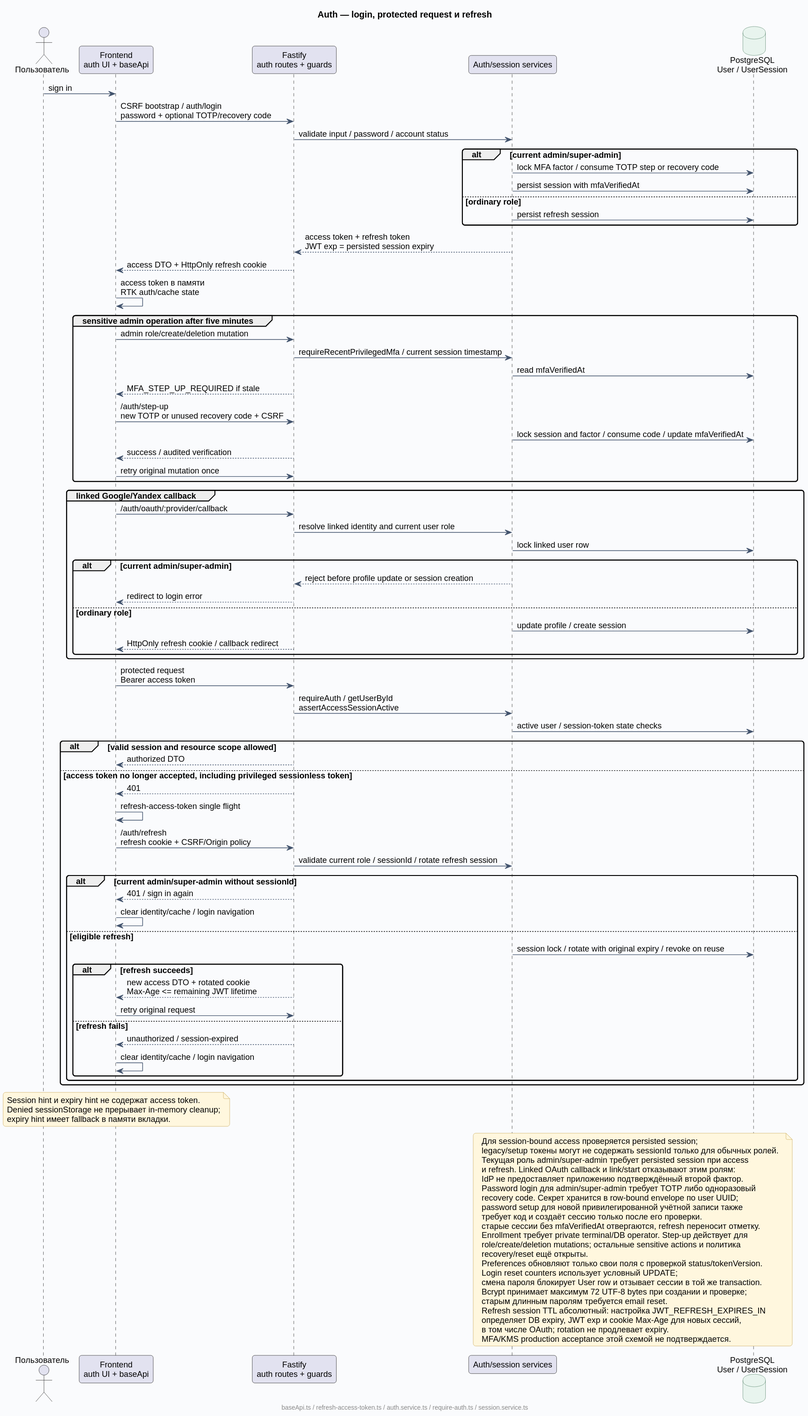
The PlantUML diagram docs/diagrams/rendered/07-auth-session.svg in Dima163163/auto-care-hub, before a commit.
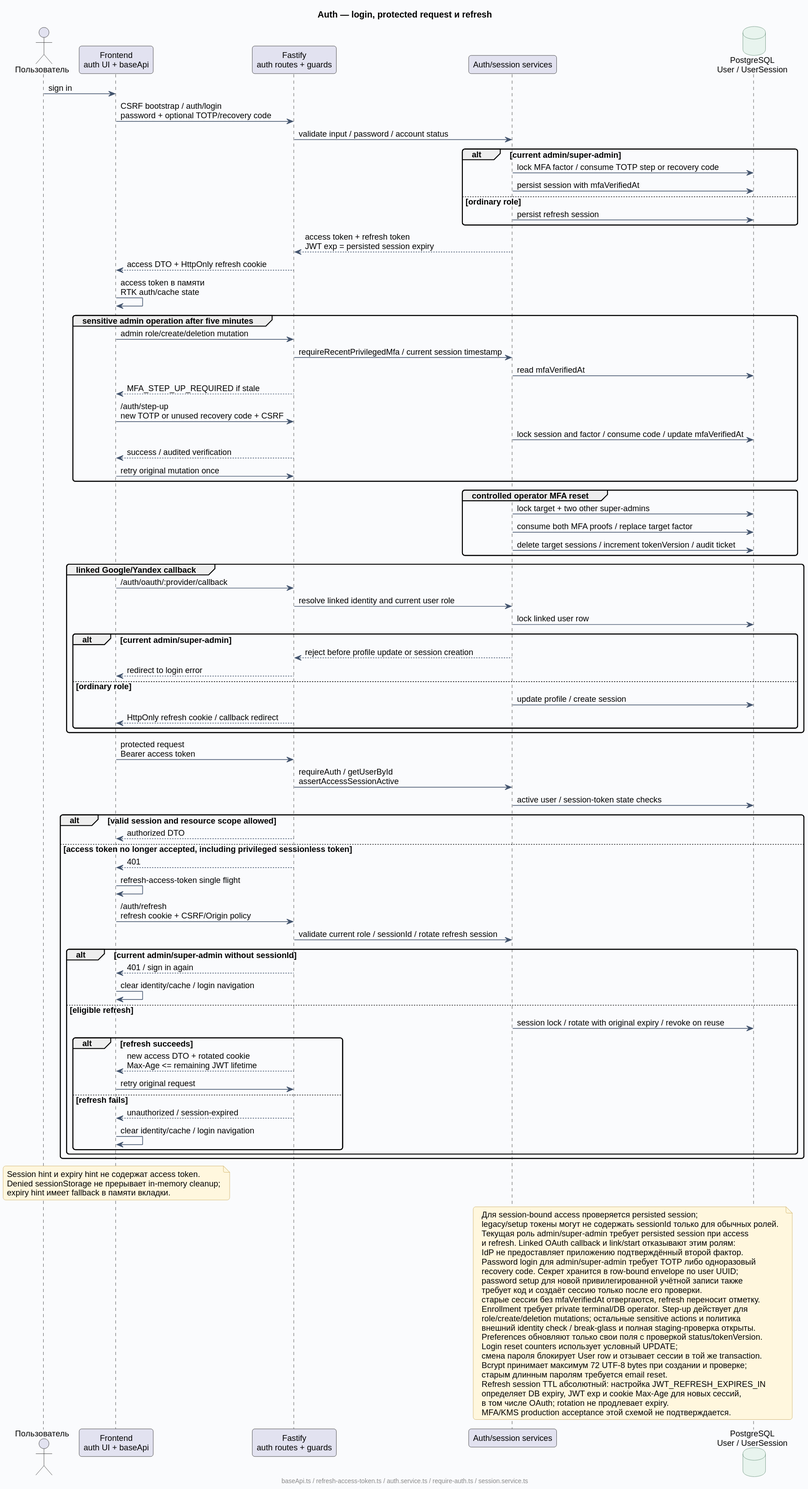
Above is the later version.

Diff of the diagram source:
```diff
@@ -27,6 +27,11 @@
   Auth -> PG : lock session and factor / consume code / update mfaVerifiedAt
   API --> Front : success / audited verification
   Front -> API : retry original mutation once
+end
+group controlled operator MFA reset
+  Auth -> PG : lock target + two other super-admins
+  Auth -> PG : consume both MFA proofs / replace target factor
+  Auth -> PG : delete target sessions / increment tokenVersion / audit ticket
 end
 group linked Google/Yandex callback
   Front -> API : /auth/oauth/:provider/callback
@@ -82,7 +87,7 @@
   старые сессии без mfaVerifiedAt отвергаются, refresh переносит отметку.
   Enrollment требует private terminal/DB operator. Step-up действует для
   role/create/deletion mutations; остальные sensitive actions и политика
-  recovery/reset ещё открыты.
+  внешний identity check / break-glass и полная staging-проверка открыты.
   Preferences обновляют только свои поля с проверкой status/tokenVersion.
   Login reset counters использует условный UPDATE;
   смена пароля блокирует User row и отзывает сессии в той же transaction.
```
